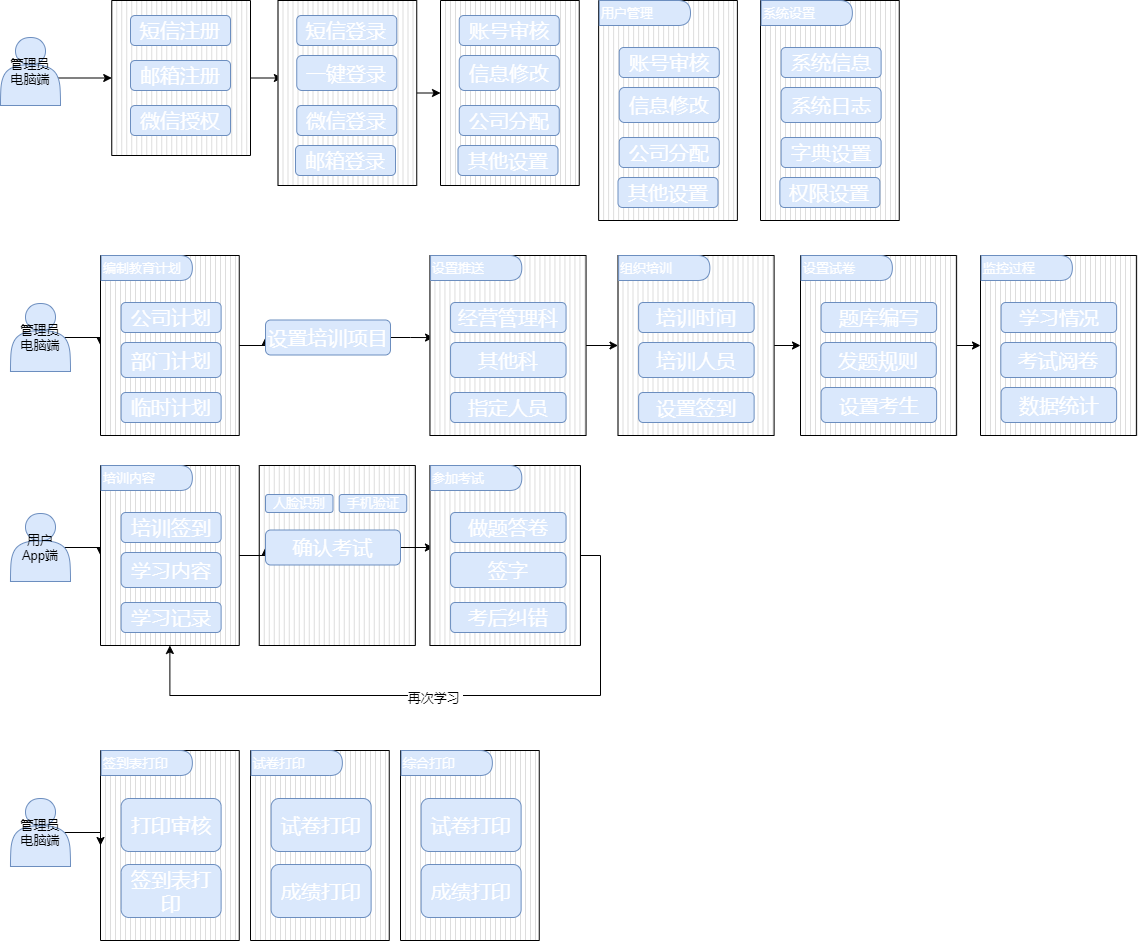
Earlier version of the draw.io export Untitled Diagram.drawio.png (lenonjone/Toolkits). Source tidied: cells renumbered, new cells last; positions are measured from the earlier drawing's top-left corner, leaving out a move shared by most shapes.
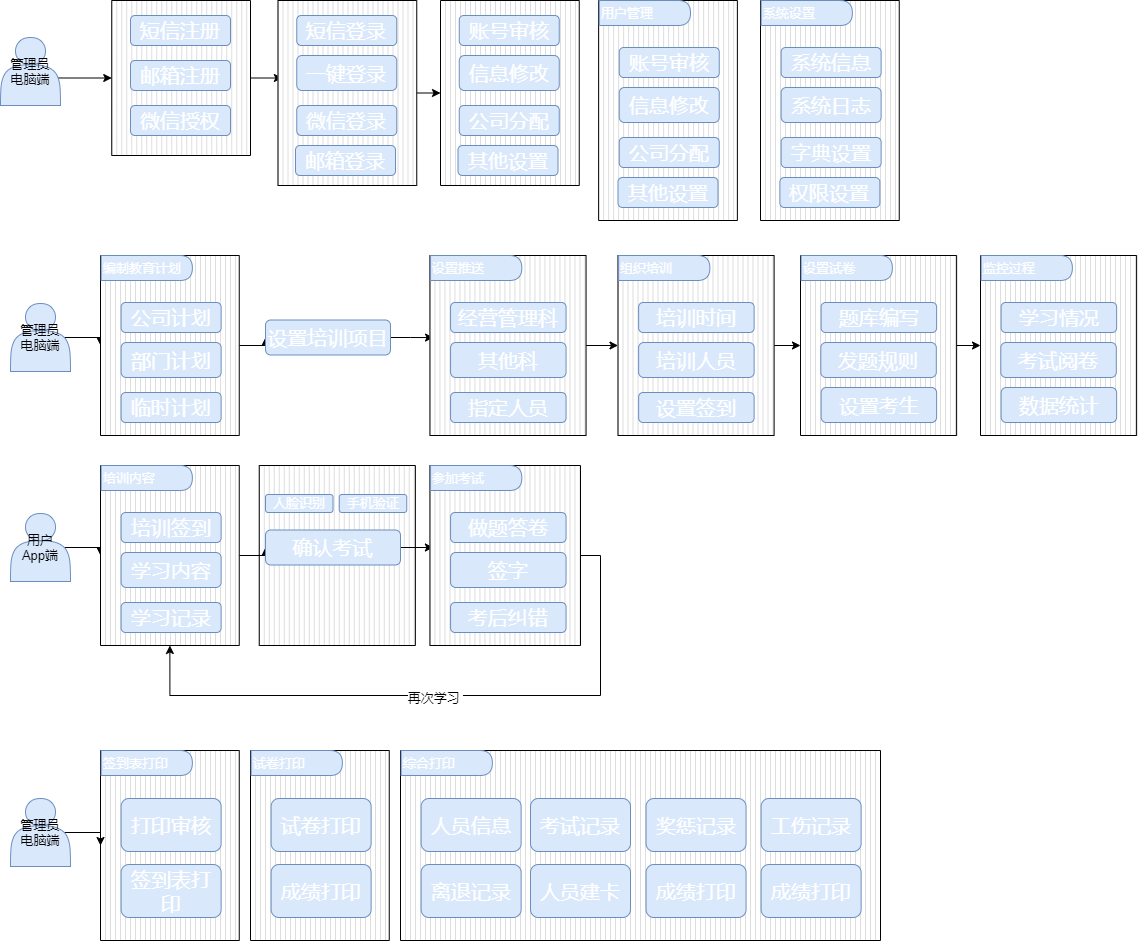
The same file after the commit.

Diff of the diagram source:
```diff
@@ -290,16 +290,34 @@
       <mxGeometry x="250.6" y="750" width="91.2" height="25" as="geometry" />
     </mxCell>
     <mxCell id="95" style="verticalLabelPosition=bottom;verticalAlign=top;html=1;shape=mxgraph.basic.patternFillRect;fillStyle=vert;step=5;fillStrokeWidth=0.2;fillStrokeColor=#dddddd;fontSize=13;fontColor=#FFFFFF;" parent="1" vertex="1">
-      <mxGeometry x="400" y="750" width="138.8" height="190" as="geometry" />
+      <mxGeometry x="400" y="750" width="480" height="190" as="geometry" />
     </mxCell>
-    <mxCell id="96" value="试卷打印" style="rounded=1;whiteSpace=wrap;html=1;fillColor=#dae8fc;strokeColor=#6c8ebf;fontColor=#FFFFFF;fontStyle=0;fontSize=20;" parent="1" vertex="1">
+    <mxCell id="96" value="人员信息" style="rounded=1;whiteSpace=wrap;html=1;fillColor=#dae8fc;strokeColor=#6c8ebf;fontColor=#FFFFFF;fontStyle=0;fontSize=20;" parent="1" vertex="1">
       <mxGeometry x="420.6" y="798" width="100" height="53" as="geometry" />
     </mxCell>
-    <mxCell id="97" value="成绩打印" style="rounded=1;whiteSpace=wrap;html=1;fillColor=#dae8fc;strokeColor=#6c8ebf;fontColor=#FFFFFF;fontStyle=0;fontSize=20;" parent="1" vertex="1">
+    <mxCell id="97" value="离退记录" style="rounded=1;whiteSpace=wrap;html=1;fillColor=#dae8fc;strokeColor=#6c8ebf;fontColor=#FFFFFF;fontStyle=0;fontSize=20;" parent="1" vertex="1">
       <mxGeometry x="420.6" y="864" width="100" height="53" as="geometry" />
     </mxCell>
     <mxCell id="98" value="综合打印" style="shape=delay;whiteSpace=wrap;html=1;fontSize=13;align=left;fillColor=#dae8fc;strokeColor=#6c8ebf;fontColor=#FFFFFF;" parent="1" vertex="1">
       <mxGeometry x="400.6" y="750" width="91.2" height="25" as="geometry" />
     </mxCell>
+    <mxCell id="99" value="考试记录" style="rounded=1;whiteSpace=wrap;html=1;fillColor=#dae8fc;strokeColor=#6c8ebf;fontColor=#FFFFFF;fontStyle=0;fontSize=20;" parent="1" vertex="1">
+      <mxGeometry x="530" y="798" width="100" height="53" as="geometry" />
+    </mxCell>
+    <mxCell id="100" value="人员建卡" style="rounded=1;whiteSpace=wrap;html=1;fillColor=#dae8fc;strokeColor=#6c8ebf;fontColor=#FFFFFF;fontStyle=0;fontSize=20;" parent="1" vertex="1">
+      <mxGeometry x="530" y="864" width="100" height="53" as="geometry" />
+    </mxCell>
+    <mxCell id="101" value="奖惩记录" style="rounded=1;whiteSpace=wrap;html=1;fillColor=#dae8fc;strokeColor=#6c8ebf;fontColor=#FFFFFF;fontStyle=0;fontSize=20;" parent="1" vertex="1">
+      <mxGeometry x="645.6" y="798" width="100" height="53" as="geometry" />
+    </mxCell>
+    <mxCell id="102" value="成绩打印" style="rounded=1;whiteSpace=wrap;html=1;fillColor=#dae8fc;strokeColor=#6c8ebf;fontColor=#FFFFFF;fontStyle=0;fontSize=20;" parent="1" vertex="1">
+      <mxGeometry x="645.6" y="864" width="100" height="53" as="geometry" />
+    </mxCell>
+    <mxCell id="103" value="工伤记录" style="rounded=1;whiteSpace=wrap;html=1;fillColor=#dae8fc;strokeColor=#6c8ebf;fontColor=#FFFFFF;fontStyle=0;fontSize=20;" parent="1" vertex="1">
+      <mxGeometry x="760.6" y="798" width="100" height="53" as="geometry" />
+    </mxCell>
+    <mxCell id="104" value="成绩打印" style="rounded=1;whiteSpace=wrap;html=1;fillColor=#dae8fc;strokeColor=#6c8ebf;fontColor=#FFFFFF;fontStyle=0;fontSize=20;" parent="1" vertex="1">
+      <mxGeometry x="760.6" y="864" width="100" height="53" as="geometry" />
+    </mxCell>
   </root>
 </mxGraphModel>
```
